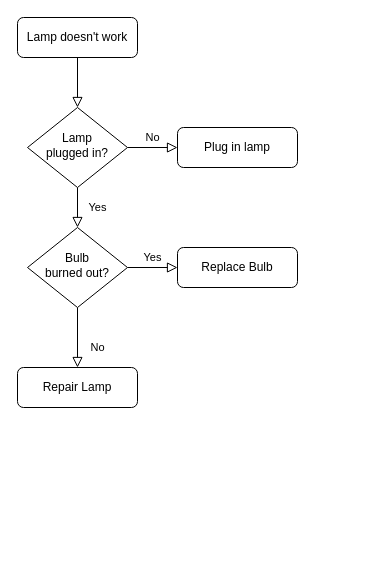
NhaDo/Note-Management keeps this draw.io diagram as images/flow.drawio. Above is the earlier version. Source tidied: cells renumbered, new cells numbered last; positions are measured from the earlier drawing's top-left corner, leaving out a move shared by most shapes. Both pictures are drawn from the tidied source at 100%, with x=0, y=0 at pixel (17, 17).
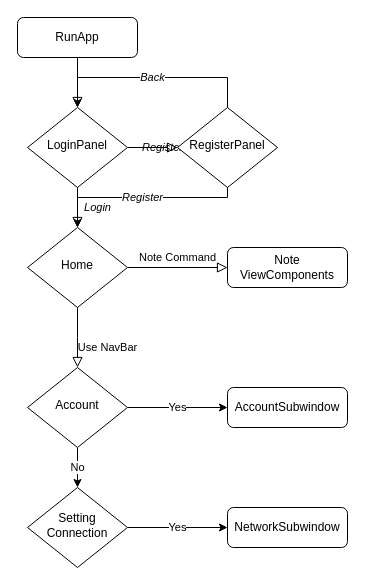
The same diagram, later.

What changed in the source:
```diff
@@
-    <mxCell id="3" value="Lamp doesn't work" style="rounded=1;whiteSpace=wrap;html=1;fontSize=12;glass=0;strokeWidth=1;shadow=0;" parent="1" vertex="1">
+    <mxCell id="3" value="RunApp" style="rounded=1;whiteSpace=wrap;html=1;fontSize=12;glass=0;strokeWidth=1;shadow=0;" parent="1" vertex="1">
       <mxGeometry width="120" height="40" as="geometry" />
     </mxCell>
-    <mxCell id="4" value="Yes" style="rounded=0;html=1;jettySize=auto;fontSize=11;endArrow=block;endFill=0;endSize=8;strokeWidth=1;shadow=0;labelBackgroundColor=none;edgeStyle=orthogonalEdgeStyle;" parent="1" edge="1" source="6" target="10">
+    <mxCell id="4" value="Login" style="rounded=0;html=1;jettySize=auto;fontSize=11;endArrow=block;endFill=0;endSize=8;strokeWidth=1;shadow=0;labelBackgroundColor=none;edgeStyle=orthogonalEdgeStyle;fontStyle=2;" parent="1" edge="1" source="6" target="10">
       <mxGeometry y="20" relative="1" as="geometry" />
     </mxCell>
-    <mxCell id="5" value="No" style="edgeStyle=orthogonalEdgeStyle;rounded=0;html=1;jettySize=auto;fontSize=11;endArrow=block;endFill=0;endSize=8;strokeWidth=1;shadow=0;labelBackgroundColor=none;" parent="1" edge="1" source="6" target="7">
-      <mxGeometry y="10" relative="1" as="geometry" />
+    <mxCell id="5" value="Register" style="edgeStyle=orthogonalEdgeStyle;rounded=0;html=1;jettySize=auto;fontSize=11;endArrow=block;endFill=0;endSize=8;strokeWidth=1;shadow=0;labelBackgroundColor=none;fontStyle=2;" parent="1" edge="1" source="6">
+      <mxGeometry y="10" relative="1" as="geometry">
+        <mxPoint x="160" y="130" as="targetPoint" />
+      </mxGeometry>
     </mxCell>
-    <mxCell id="6" value="Lamp&lt;br&gt;plugged in?" style="rhombus;whiteSpace=wrap;html=1;shadow=0;fontFamily=Helvetica;fontSize=12;align=center;strokeWidth=1;spacing=6;spacingTop=-4;" parent="1" vertex="1">
+    <mxCell id="6" value="LoginPanel" style="rhombus;whiteSpace=wrap;html=1;shadow=0;fontFamily=Helvetica;fontSize=12;align=center;strokeWidth=1;spacing=6;spacingTop=-4;" parent="1" vertex="1">
       <mxGeometry x="10" y="90" width="100" height="80" as="geometry" />
     </mxCell>
-    <mxCell id="7" value="Plug in lamp" style="rounded=1;whiteSpace=wrap;html=1;fontSize=12;glass=0;strokeWidth=1;shadow=0;" parent="1" vertex="1">
-      <mxGeometry x="160" y="110" width="120" height="40" as="geometry" />
-    </mxCell>
-    <mxCell id="8" value="No" style="rounded=0;html=1;jettySize=auto;fontSize=11;endArrow=block;endFill=0;endSize=8;strokeWidth=1;shadow=0;labelBackgroundColor=none;edgeStyle=orthogonalEdgeStyle;" parent="1" edge="1" source="10" target="11">
-      <mxGeometry x="0.33" y="20" relative="1" as="geometry" />
+    <mxCell id="8" value="Use NavBar" style="rounded=0;html=1;jettySize=auto;fontSize=11;endArrow=block;endFill=0;endSize=8;strokeWidth=1;shadow=0;labelBackgroundColor=none;edgeStyle=orthogonalEdgeStyle;" parent="1" edge="1" source="10">
+      <mxGeometry x="0.33" y="30" relative="1" as="geometry">
+        <mxPoint x="60" y="350" as="targetPoint" />
+      </mxGeometry>
     </mxCell>
-    <mxCell id="9" value="Yes" style="edgeStyle=orthogonalEdgeStyle;rounded=0;html=1;jettySize=auto;fontSize=11;endArrow=block;endFill=0;endSize=8;strokeWidth=1;shadow=0;labelBackgroundColor=none;" parent="1" edge="1" source="10" target="12">
+    <mxCell id="9" value="Note Command" style="edgeStyle=orthogonalEdgeStyle;rounded=0;html=1;jettySize=auto;fontSize=11;endArrow=block;endFill=0;endSize=8;strokeWidth=1;shadow=0;labelBackgroundColor=none;" parent="1" edge="1" source="10" target="12">
       <mxGeometry y="10" relative="1" as="geometry" />
     </mxCell>
-    <mxCell id="10" value="Bulb&lt;br&gt;burned out?" style="rhombus;whiteSpace=wrap;html=1;shadow=0;fontFamily=Helvetica;fontSize=12;align=center;strokeWidth=1;spacing=6;spacingTop=-4;" parent="1" vertex="1">
+    <mxCell id="10" value="Home" style="rhombus;whiteSpace=wrap;html=1;shadow=0;fontFamily=Helvetica;fontSize=12;align=center;strokeWidth=1;spacing=6;spacingTop=-4;" parent="1" vertex="1">
       <mxGeometry x="10" y="210" width="100" height="80" as="geometry" />
     </mxCell>
-    <mxCell id="11" value="Repair Lamp" style="rounded=1;whiteSpace=wrap;html=1;fontSize=12;glass=0;strokeWidth=1;shadow=0;" parent="1" vertex="1">
-      <mxGeometry y="350" width="120" height="40" as="geometry" />
-    </mxCell>
-    <mxCell id="12" value="Replace Bulb" style="rounded=1;whiteSpace=wrap;html=1;fontSize=12;glass=0;strokeWidth=1;shadow=0;" parent="1" vertex="1">
-      <mxGeometry x="160" y="230" width="120" height="40" as="geometry" />
+    <mxCell id="12" value="Note ViewComponents" style="rounded=1;whiteSpace=wrap;html=1;fontSize=12;glass=0;strokeWidth=1;shadow=0;" parent="1" vertex="1">
+      <mxGeometry x="210" y="230" width="120" height="40" as="geometry" />
     </mxCell>
+    <mxCell id="13" value="Register" style="edgeStyle=orthogonalEdgeStyle;rounded=0;jettySize=auto;html=1;fontStyle=2;" parent="1" edge="1" source="15" target="10">
+      <mxGeometry relative="1" as="geometry">
+        <Array as="points">
+          <mxPoint x="210" y="180" />
+          <mxPoint x="60" y="180" />
+        </Array>
+      </mxGeometry>
+    </mxCell>
+    <mxCell id="14" value="Back" style="edgeStyle=orthogonalEdgeStyle;rounded=0;jettySize=auto;html=1;fontStyle=2;" parent="1" edge="1" source="15" target="6">
+      <mxGeometry relative="1" as="geometry">
+        <Array as="points">
+          <mxPoint x="210" y="60" />
+          <mxPoint x="60" y="60" />
+        </Array>
+      </mxGeometry>
+    </mxCell>
+    <mxCell id="15" value="RegisterPanel" style="rhombus;whiteSpace=wrap;html=1;shadow=0;fontFamily=Helvetica;fontSize=12;align=center;strokeWidth=1;spacing=6;spacingTop=-4;" parent="1" vertex="1">
+      <mxGeometry x="160" y="90" width="100" height="80" as="geometry" />
+    </mxCell>
+    <mxCell id="16" value="Yes" style="edgeStyle=orthogonalEdgeStyle;rounded=0;jettySize=auto;html=1;" parent="1" edge="1" source="18">
+      <mxGeometry relative="1" as="geometry">
+        <mxPoint x="210" y="390" as="targetPoint" />
+      </mxGeometry>
+    </mxCell>
+    <mxCell id="17" value="No" style="edgeStyle=orthogonalEdgeStyle;rounded=0;jettySize=auto;html=1;" parent="1" edge="1" source="18">
+      <mxGeometry relative="1" as="geometry">
+        <mxPoint x="60" y="470" as="targetPoint" />
+      </mxGeometry>
+    </mxCell>
+    <mxCell id="18" value="Account" style="rhombus;whiteSpace=wrap;html=1;shadow=0;fontFamily=Helvetica;fontSize=12;align=center;strokeWidth=1;spacing=6;spacingTop=-4;" parent="1" vertex="1">
+      <mxGeometry x="10" y="350" width="100" height="80" as="geometry" />
+    </mxCell>
+    <mxCell id="19" value="AccountSubwindow" style="rounded=1;whiteSpace=wrap;html=1;fontSize=12;glass=0;strokeWidth=1;shadow=0;" parent="1" vertex="1">
+      <mxGeometry x="210" y="370" width="120" height="40" as="geometry" />
+    </mxCell>
+    <mxCell id="20" value="Yes" style="edgeStyle=orthogonalEdgeStyle;rounded=0;jettySize=auto;html=1;" parent="1" edge="1" source="21">
+      <mxGeometry relative="1" as="geometry">
+        <mxPoint x="210" y="510" as="targetPoint" />
+      </mxGeometry>
+    </mxCell>
+    <mxCell id="21" value="Setting Connection" style="rhombus;whiteSpace=wrap;html=1;shadow=0;fontFamily=Helvetica;fontSize=12;align=center;strokeWidth=1;spacing=6;spacingTop=-4;" parent="1" vertex="1">
+      <mxGeometry x="10" y="470" width="100" height="80" as="geometry" />
+    </mxCell>
+    <mxCell id="22" value="NetworkSubwindow" style="rounded=1;whiteSpace=wrap;html=1;fontSize=12;glass=0;strokeWidth=1;shadow=0;" parent="1" vertex="1">
+      <mxGeometry x="210" y="490" width="120" height="40" as="geometry" />
+    </mxCell>
```
